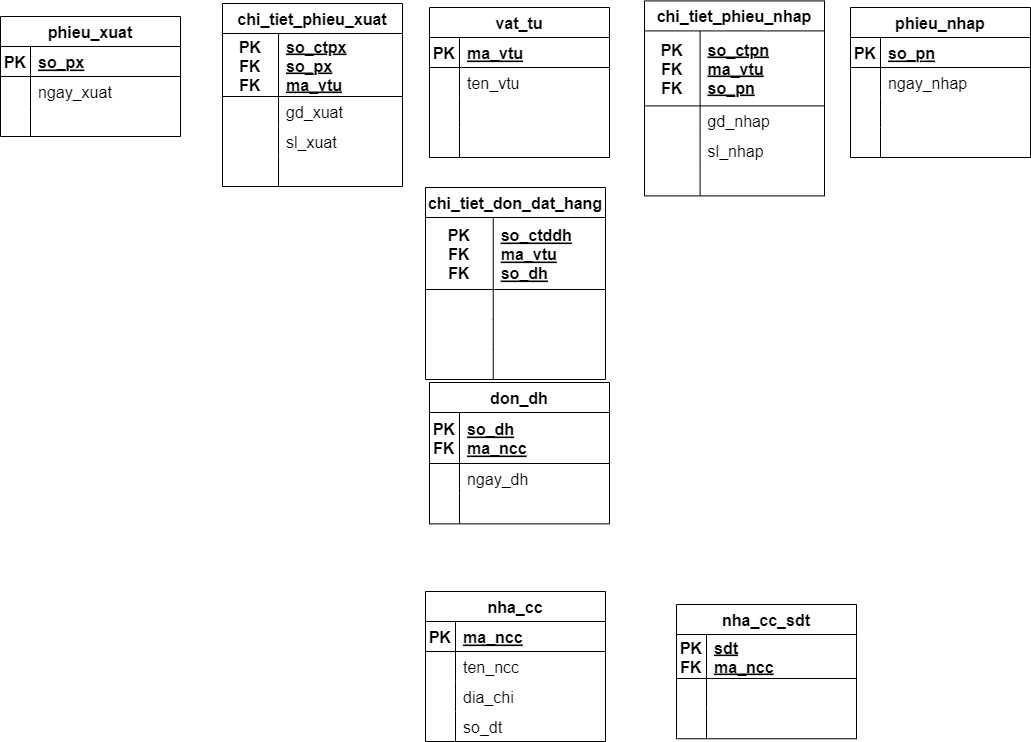
Before: ss02_thiet_ke_tao_csdl/bai_tap/bai1/Untitled Diagram-Trang-12.drawio.png, a diagram exported from draw.io (hoanghaibk93/module_03). Source tidied: cells renumbered, new cells last; positions are measured from the earlier drawing's top-left corner, leaving out a move shared by most shapes.
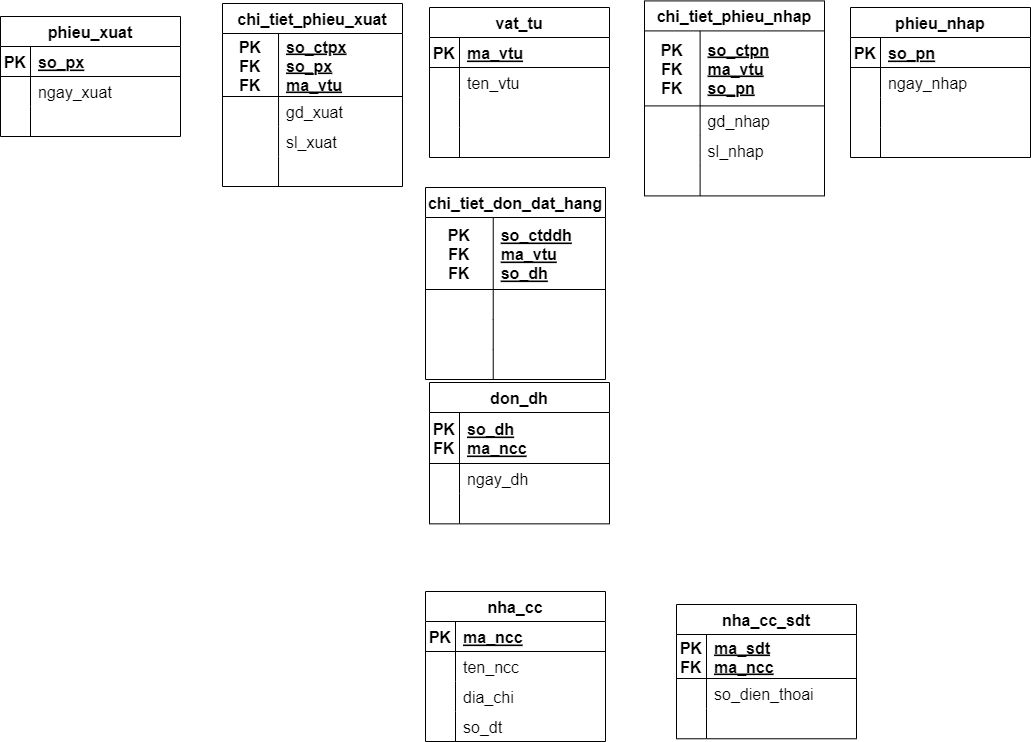
Above is the later version.

The edit, as a diff of the source:
```diff
@@ -188,7 +188,7 @@
     <mxCell id="63" value="PK&#10;FK" style="shape=partialRectangle;fillColor=none;top=0;left=0;bottom=0;right=0;fontStyle=1;overflow=hidden;fontSize=16;" parent="62" vertex="1">
       <mxGeometry width="30" height="44" as="geometry" />
     </mxCell>
-    <mxCell id="64" value="sdt&#10;ma_ncc" style="shape=partialRectangle;fillColor=none;top=0;left=0;bottom=0;right=0;align=left;spacingLeft=6;fontStyle=5;overflow=hidden;fontSize=16;" parent="62" vertex="1">
+    <mxCell id="64" value="ma_sdt&#10;ma_ncc" style="shape=partialRectangle;fillColor=none;top=0;left=0;bottom=0;right=0;align=left;spacingLeft=6;fontStyle=5;overflow=hidden;fontSize=16;" parent="62" vertex="1">
       <mxGeometry x="30" width="150" height="44" as="geometry" />
     </mxCell>
     <mxCell id="65" style="shape=tableRow;horizontal=0;startSize=0;swimlaneHead=0;swimlaneBody=0;fillColor=none;top=0;left=0;right=0;bottom=0;fontSize=16;" parent="61" vertex="1">
@@ -197,7 +197,7 @@
     <mxCell id="66" style="shape=partialRectangle;fillColor=none;top=0;left=0;bottom=0;right=0;overflow=hidden;fontSize=16;" parent="65" vertex="1">
       <mxGeometry width="30" height="30" as="geometry" />
     </mxCell>
-    <mxCell id="67" style="shape=partialRectangle;fillColor=none;top=0;left=0;bottom=0;right=0;align=left;spacingLeft=6;overflow=hidden;fontSize=16;" parent="65" vertex="1">
+    <mxCell id="67" value="so_dien_thoai" style="shape=partialRectangle;fillColor=none;top=0;left=0;bottom=0;right=0;align=left;spacingLeft=6;overflow=hidden;fontSize=16;" parent="65" vertex="1">
       <mxGeometry x="30" width="150" height="30" as="geometry" />
     </mxCell>
     <mxCell id="68" style="shape=tableRow;horizontal=0;startSize=0;swimlaneHead=0;swimlaneBody=0;fillColor=none;top=0;left=0;right=0;bottom=0;fontSize=16;" parent="61" vertex="1">
```
